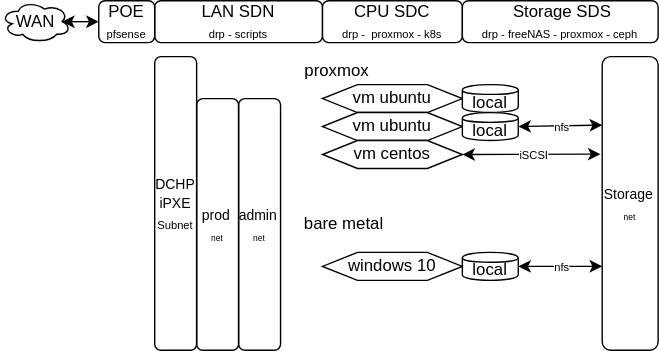
This is docs/gridtemplate/gridtemplate-overview.svg from 2cld/gh, a draw.io export, as it was before one commit. Source tidied: cells renumbered, new cells last; positions are measured from the earlier drawing's top-left corner, leaving out a move shared by most shapes.
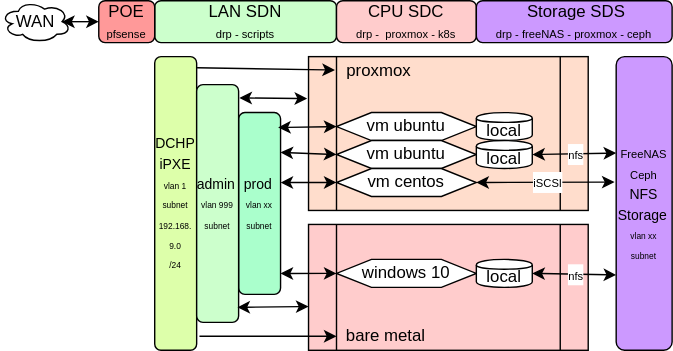
After the commit.

What changed in the source:
```diff
@@ -2,82 +2,122 @@
   <root>
     <mxCell id="0" />
     <mxCell id="1" parent="0" />
+    <mxCell id="27" style="shape=process;whiteSpace=wrap;html=1;backgroundOutline=1;fillColor=#FFCCCC;" parent="1" vertex="1">
+      <mxGeometry x="210" y="160" width="200" height="90" as="geometry" />
+    </mxCell>
+    <mxCell id="28" style="shape=process;whiteSpace=wrap;html=1;backgroundOutline=1;fillColor=#FFDDCC;" parent="1" vertex="1">
+      <mxGeometry x="210" y="40" width="200" height="110" as="geometry" />
+    </mxCell>
     <mxCell id="2" value="WAN" style="ellipse;shape=cloud;whiteSpace=wrap;html=1;" parent="1" vertex="1">
-      <mxGeometry width="50" height="30" as="geometry" />
+      <mxGeometry x="-10" width="50" height="30" as="geometry" />
     </mxCell>
-    <mxCell id="3" value="LAN SDN&lt;br&gt;&lt;font style=&quot;font-size: 8px&quot;&gt;drp - scripts&lt;/font&gt;" style="rounded=1;whiteSpace=wrap;html=1;" parent="1" vertex="1">
-      <mxGeometry x="110" width="120" height="30" as="geometry" />
+    <mxCell id="3" value="LAN SDN&lt;br&gt;&lt;font style=&quot;font-size: 8px&quot;&gt;drp - scripts&lt;/font&gt;" style="rounded=1;whiteSpace=wrap;html=1;fillColor=#CCFFCC;" parent="1" vertex="1">
+      <mxGeometry x="100" width="130" height="30" as="geometry" />
     </mxCell>
-    <mxCell id="4" value="CPU SDC&lt;br&gt;&lt;font style=&quot;font-size: 8px&quot;&gt;drp -&amp;nbsp; proxmox - k8s&lt;/font&gt;" style="rounded=1;whiteSpace=wrap;html=1;" parent="1" vertex="1">
+    <mxCell id="4" value="CPU SDC&lt;br&gt;&lt;font style=&quot;font-size: 8px&quot;&gt;drp -&amp;nbsp; proxmox - k8s&lt;/font&gt;" style="rounded=1;whiteSpace=wrap;html=1;fillColor=#FFCCCC;" parent="1" vertex="1">
       <mxGeometry x="230" width="100" height="30" as="geometry" />
     </mxCell>
-    <mxCell id="5" value="&amp;nbsp;Storage SDS&lt;br&gt;&lt;font style=&quot;font-size: 8px&quot;&gt;drp - freeNAS - proxmox - ceph&lt;/font&gt;" style="rounded=1;whiteSpace=wrap;html=1;" parent="1" vertex="1">
+    <mxCell id="5" value="&amp;nbsp;Storage SDS&lt;br&gt;&lt;font style=&quot;font-size: 8px&quot;&gt;drp - freeNAS - proxmox - ceph&lt;/font&gt;" style="rounded=1;whiteSpace=wrap;html=1;fillColor=#CC99FF;" parent="1" vertex="1">
       <mxGeometry x="330" width="140" height="30" as="geometry" />
     </mxCell>
-    <mxCell id="6" value="POE&lt;br&gt;&lt;font style=&quot;font-size: 8px&quot;&gt;pfsense&lt;/font&gt;" style="rounded=1;whiteSpace=wrap;html=1;" parent="1" vertex="1">
-      <mxGeometry x="70" width="40" height="30" as="geometry" />
+    <mxCell id="6" value="POE&lt;br&gt;&lt;font style=&quot;font-size: 8px&quot;&gt;pfsense&lt;/font&gt;" style="rounded=1;whiteSpace=wrap;html=1;fillColor=#FF9999;" parent="1" vertex="1">
+      <mxGeometry x="60" width="40" height="30" as="geometry" />
     </mxCell>
     <mxCell id="7" style="endArrow=classic;startArrow=classic;html=1;exitX=0.875;exitY=0.5;exitDx=0;exitDy=0;exitPerimeter=0;" parent="1" edge="1" source="2" target="6">
       <mxGeometry relative="1" as="geometry" />
     </mxCell>
     <mxCell id="8" value="vm ubuntu" style="shape=hexagon;perimeter=hexagonPerimeter2;whiteSpace=wrap;html=1;" parent="1" vertex="1">
-      <mxGeometry x="230" y="60" width="100" height="20" as="geometry" />
+      <mxGeometry x="230" y="80" width="100" height="20" as="geometry" />
     </mxCell>
     <mxCell id="9" value="local" style="shape=cylinder;whiteSpace=wrap;html=1;boundedLbl=1;backgroundOutline=1;" parent="1" vertex="1">
-      <mxGeometry x="330" y="60" width="40" height="20" as="geometry" />
+      <mxGeometry x="330" y="80" width="40" height="20" as="geometry" />
     </mxCell>
     <mxCell id="10" value="vm ubuntu" style="shape=hexagon;perimeter=hexagonPerimeter2;whiteSpace=wrap;html=1;" parent="1" vertex="1">
-      <mxGeometry x="230" y="80" width="100" height="20" as="geometry" />
+      <mxGeometry x="230" y="100" width="100" height="20" as="geometry" />
     </mxCell>
     <mxCell id="11" value="proxmox" style="text;html=1;align=center;verticalAlign=middle;points=[];fillColor=none;strokeColor=none;rounded=0;" parent="1" vertex="1">
-      <mxGeometry x="210" y="40" width="60" height="20" as="geometry" />
+      <mxGeometry x="230" y="40" width="60" height="20" as="geometry" />
     </mxCell>
     <mxCell id="12" value="bare metal" style="text;html=1;align=center;verticalAlign=middle;points=[];fillColor=none;strokeColor=none;rounded=0;" parent="1" vertex="1">
-      <mxGeometry x="210" y="150" width="70" height="20" as="geometry" />
+      <mxGeometry x="230" y="230" width="70" height="20" as="geometry" />
     </mxCell>
     <mxCell id="13" value="vm centos" style="shape=hexagon;perimeter=hexagonPerimeter2;whiteSpace=wrap;html=1;" parent="1" vertex="1">
-      <mxGeometry x="230" y="100" width="100" height="20" as="geometry" />
+      <mxGeometry x="230" y="120" width="100" height="20" as="geometry" />
     </mxCell>
     <mxCell id="14" value="windows 10" style="shape=hexagon;perimeter=hexagonPerimeter2;whiteSpace=wrap;html=1;" parent="1" vertex="1">
-      <mxGeometry x="230" y="180" width="100" height="20" as="geometry" />
+      <mxGeometry x="230" y="185" width="100" height="20" as="geometry" />
     </mxCell>
-    <mxCell id="15" value="&lt;font style=&quot;font-size: 10px&quot;&gt;DCHP&lt;br&gt;iPXE&lt;/font&gt;&lt;br&gt;&lt;font style=&quot;font-size: 8px&quot;&gt;Subnet&lt;/font&gt;" style="rounded=1;whiteSpace=wrap;html=1;fillColor=none;" parent="1" vertex="1">
-      <mxGeometry x="110" y="40" width="30" height="210" as="geometry" />
+    <mxCell id="15" value="&lt;font style=&quot;font-size: 10px&quot;&gt;DCHP&lt;br&gt;iPXE&lt;/font&gt;&lt;br&gt;&lt;font style=&quot;font-size: 6px&quot;&gt;vlan 1&lt;br&gt;subnet&lt;br&gt;192.168.&lt;br&gt;9.0&lt;br&gt;/24&lt;br&gt;&lt;/font&gt;" style="rounded=1;whiteSpace=wrap;html=1;fillColor=#DDFFAA;" parent="1" vertex="1">
+      <mxGeometry x="100" y="40" width="30" height="210" as="geometry" />
     </mxCell>
-    <mxCell id="16" value="&lt;font style=&quot;font-size: 10px&quot;&gt;prod&lt;/font&gt;&lt;font style=&quot;font-size: 6px&quot;&gt;&amp;nbsp;&lt;br&gt;net&lt;br&gt;&lt;/font&gt;" style="rounded=1;whiteSpace=wrap;html=1;fillColor=none;" parent="1" vertex="1">
-      <mxGeometry x="140" y="70" width="30" height="180" as="geometry" />
+    <mxCell id="16" value="&lt;font style=&quot;font-size: 10px&quot;&gt;prod&lt;/font&gt;&lt;font style=&quot;font-size: 6px&quot;&gt;&amp;nbsp;&lt;br&gt;vlan xx&lt;br&gt;subnet&lt;br&gt;&lt;/font&gt;" style="rounded=1;whiteSpace=wrap;html=1;fillColor=#AAFFCC;" parent="1" vertex="1">
+      <mxGeometry x="160" y="80" width="30" height="130" as="geometry" />
     </mxCell>
-    <mxCell id="17" value="&lt;font style=&quot;font-size: 10px&quot;&gt;admin&lt;/font&gt;&lt;font style=&quot;font-size: 6px&quot;&gt;&amp;nbsp;&lt;br&gt;net&lt;br&gt;&lt;/font&gt;" style="rounded=1;whiteSpace=wrap;html=1;fillColor=none;" parent="1" vertex="1">
-      <mxGeometry x="170" y="70" width="30" height="180" as="geometry" />
+    <mxCell id="17" value="&lt;font style=&quot;font-size: 10px&quot;&gt;admin&lt;/font&gt;&lt;font style=&quot;font-size: 6px&quot;&gt;&amp;nbsp;&lt;br&gt;vlan 999&lt;br&gt;subnet&lt;br&gt;&lt;/font&gt;" style="rounded=1;whiteSpace=wrap;html=1;fillColor=#CCFFCC;" parent="1" vertex="1">
+      <mxGeometry x="130" y="60" width="30" height="170" as="geometry" />
     </mxCell>
-    <mxCell id="18" value="&lt;font style=&quot;font-size: 10px&quot;&gt;Storage&lt;/font&gt;&lt;font style=&quot;font-size: 6px&quot;&gt;&amp;nbsp;&lt;br&gt;net&lt;br&gt;&lt;/font&gt;" style="rounded=1;whiteSpace=wrap;html=1;fillColor=none;" parent="1" vertex="1">
+    <mxCell id="18" value="&lt;font&gt;&lt;font style=&quot;font-size: 8px&quot;&gt;FreeNAS&lt;/font&gt;&lt;br&gt;&lt;font style=&quot;font-size: 8px&quot;&gt;Ceph&lt;/font&gt;&lt;br&gt;&lt;span style=&quot;font-size: 10px&quot;&gt;NFS&lt;/span&gt;&lt;br&gt;&lt;span style=&quot;font-size: 10px&quot;&gt;Storage&lt;/span&gt;&lt;/font&gt;&lt;font style=&quot;font-size: 6px&quot;&gt;&amp;nbsp;&lt;br&gt;vlan xx&lt;br&gt;subnet&lt;br&gt;&lt;/font&gt;" style="rounded=1;whiteSpace=wrap;html=1;fillColor=#CC99FF;" parent="1" vertex="1">
       <mxGeometry x="430" y="40" width="40" height="210" as="geometry" />
     </mxCell>
     <mxCell id="19" value="local" style="shape=cylinder;whiteSpace=wrap;html=1;boundedLbl=1;backgroundOutline=1;" parent="1" vertex="1">
-      <mxGeometry x="330" y="180" width="40" height="20" as="geometry" />
+      <mxGeometry x="330" y="185" width="40" height="20" as="geometry" />
     </mxCell>
     <mxCell id="20" value="local" style="shape=cylinder;whiteSpace=wrap;html=1;boundedLbl=1;backgroundOutline=1;" parent="1" vertex="1">
-      <mxGeometry x="330" y="80" width="40" height="20" as="geometry" />
+      <mxGeometry x="330" y="100" width="40" height="20" as="geometry" />
     </mxCell>
-    <mxCell id="21" style="endArrow=classic;startArrow=classic;html=1;exitX=1;exitY=0.5;exitDx=0;exitDy=0;entryX=-0.029;entryY=0.332;entryDx=0;entryDy=0;entryPerimeter=0;" parent="1" edge="1" source="13" target="18">
-      <mxGeometry relative="1" as="geometry" />
+    <mxCell id="21" style="endArrow=classic;startArrow=classic;html=1;exitX=1;exitY=0.5;exitDx=0;exitDy=0;entryX=-0.029;entryY=0.332;entryDx=0;entryDy=0;entryPerimeter=0;" parent="1" edge="1" source="13">
+      <mxGeometry relative="1" as="geometry">
+        <mxPoint x="428.8" y="129.7" as="targetPoint" />
+      </mxGeometry>
     </mxCell>
     <mxCell id="22" value="&lt;font style=&quot;font-size: 8px&quot;&gt;iSCSI&lt;/font&gt;" style="text;html=1;align=center;verticalAlign=middle;labelBackgroundColor=#ffffff;" parent="21" vertex="1">
       <mxGeometry x="-0.46" y="-2" relative="1" as="geometry">
         <mxPoint x="23.7" y="-1.9" as="offset" />
       </mxGeometry>
     </mxCell>
-    <mxCell id="23" style="endArrow=classic;startArrow=classic;html=1;exitX=1;exitY=0.5;exitDx=0;exitDy=0;entryX=0;entryY=0.233;entryDx=0;entryDy=0;entryPerimeter=0;" parent="1" edge="1" source="20" target="18">
-      <mxGeometry relative="1" as="geometry" />
+    <mxCell id="23" style="endArrow=classic;startArrow=classic;html=1;exitX=1;exitY=0.5;exitDx=0;exitDy=0;entryX=0;entryY=0.233;entryDx=0;entryDy=0;entryPerimeter=0;" parent="1" edge="1" source="20">
+      <mxGeometry relative="1" as="geometry">
+        <mxPoint x="430" y="108.9" as="targetPoint" />
+      </mxGeometry>
     </mxCell>
     <mxCell id="24" value="&lt;font style=&quot;font-size: 8px&quot;&gt;nfs&lt;/font&gt;" style="text;html=1;align=center;verticalAlign=middle;labelBackgroundColor=#ffffff;" parent="23" vertex="1">
       <mxGeometry x="0.03" relative="1" as="geometry" />
     </mxCell>
-    <mxCell id="25" style="endArrow=classic;startArrow=classic;html=1;exitX=1;exitY=0.5;exitDx=0;exitDy=0;entryX=0;entryY=0.714;entryDx=0;entryDy=0;entryPerimeter=0;" parent="1" edge="1" source="19" target="18">
-      <mxGeometry relative="1" as="geometry" />
+    <mxCell id="25" style="endArrow=classic;startArrow=classic;html=1;exitX=1;exitY=0.5;exitDx=0;exitDy=0;entryX=0;entryY=0.91;entryDx=0;entryDy=0;entryPerimeter=0;" parent="1" edge="1" source="19">
+      <mxGeometry relative="1" as="geometry">
+        <mxPoint x="430" y="196.1" as="targetPoint" />
+      </mxGeometry>
     </mxCell>
     <mxCell id="26" value="&lt;font style=&quot;font-size: 8px&quot;&gt;nfs&lt;/font&gt;" style="text;html=1;align=center;verticalAlign=middle;labelBackgroundColor=#ffffff;" parent="25" vertex="1">
       <mxGeometry x="0.03" relative="1" as="geometry" />
     </mxCell>
+    <mxCell id="29" style="endArrow=classic;html=1;entryX=-0.019;entryY=0.479;entryDx=0;entryDy=0;entryPerimeter=0;exitX=1.01;exitY=0.038;exitDx=0;exitDy=0;exitPerimeter=0;" parent="1" edge="1" source="15" target="11">
+      <mxGeometry relative="1" as="geometry" />
+    </mxCell>
+    <mxCell id="30" style="endArrow=classic;startArrow=classic;html=1;exitX=1.019;exitY=0.056;exitDx=0;exitDy=0;exitPerimeter=0;" parent="1" edge="1" source="17">
+      <mxGeometry relative="1" as="geometry">
+        <mxPoint x="209" y="70" as="targetPoint" />
+      </mxGeometry>
+    </mxCell>
+    <mxCell id="31" style="endArrow=classic;startArrow=classic;html=1;exitX=0.971;exitY=0.937;exitDx=0;exitDy=0;exitPerimeter=0;entryX=0;entryY=0.652;entryDx=0;entryDy=0;entryPerimeter=0;" parent="1" edge="1" source="17" target="27">
+      <mxGeometry relative="1" as="geometry" />
+    </mxCell>
+    <mxCell id="32" style="endArrow=classic;html=1;" parent="1" edge="1" target="12">
+      <mxGeometry relative="1" as="geometry">
+        <mxPoint x="132" y="240" as="sourcePoint" />
+      </mxGeometry>
+    </mxCell>
+    <mxCell id="33" style="endArrow=classic;startArrow=classic;html=1;entryX=0;entryY=0.5;entryDx=0;entryDy=0;exitX=1;exitY=0.885;exitDx=0;exitDy=0;exitPerimeter=0;" parent="1" edge="1" source="16" target="14">
+      <mxGeometry relative="1" as="geometry" />
+    </mxCell>
+    <mxCell id="34" style="endArrow=classic;startArrow=classic;html=1;entryX=0;entryY=0.5;entryDx=0;entryDy=0;exitX=1;exitY=0.385;exitDx=0;exitDy=0;exitPerimeter=0;" parent="1" edge="1" source="16" target="13">
+      <mxGeometry relative="1" as="geometry" />
+    </mxCell>
+    <mxCell id="35" style="endArrow=classic;startArrow=classic;html=1;entryX=0;entryY=0.5;entryDx=0;entryDy=0;exitX=1;exitY=0.219;exitDx=0;exitDy=0;exitPerimeter=0;" parent="1" edge="1" source="16" target="10">
+      <mxGeometry relative="1" as="geometry" />
+    </mxCell>
+    <mxCell id="36" style="endArrow=classic;startArrow=classic;html=1;entryX=0;entryY=0.5;entryDx=0;entryDy=0;exitX=0.943;exitY=0.082;exitDx=0;exitDy=0;exitPerimeter=0;" parent="1" edge="1" source="16" target="8">
+      <mxGeometry relative="1" as="geometry" />
+    </mxCell>
   </root>
 </mxGraphModel>
```
